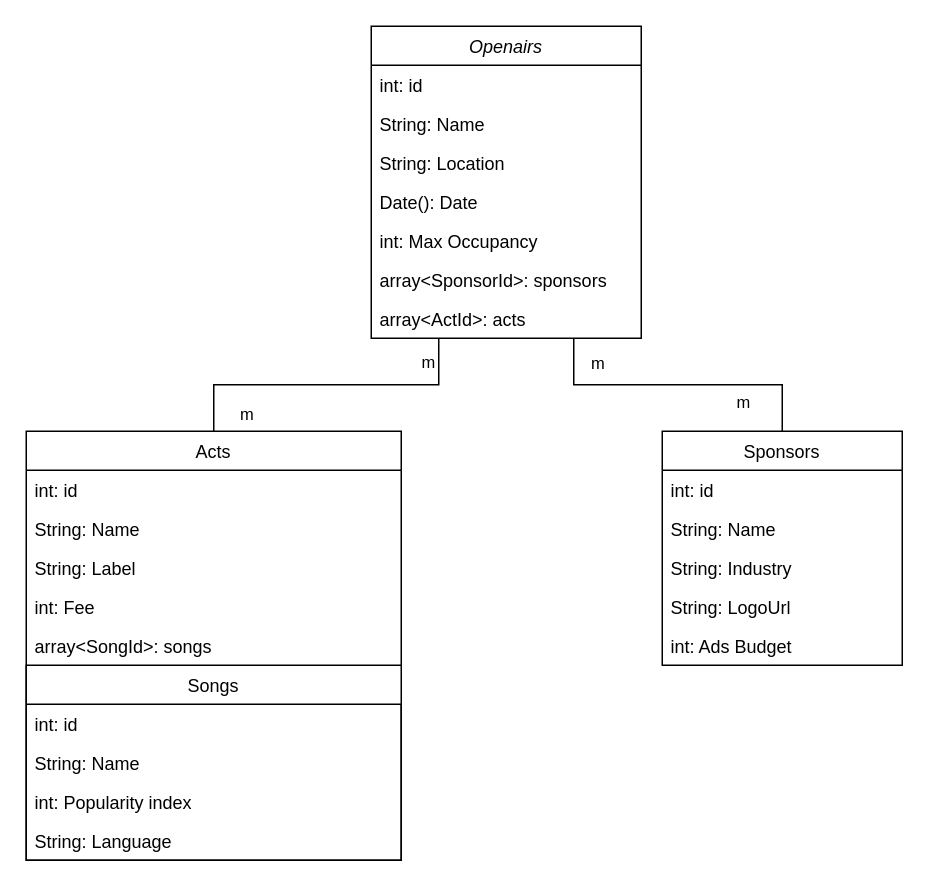
The draw.io diagram KN02/Openairs-Logical.drawio in nussbaumerv/m165, before the edit. Source tidied: cells renumbered, new cells numbered last; positions are measured from the earlier drawing's top-left corner, leaving out a move shared by most shapes. Both pictures are drawn from the tidied source at 150%, with x=0, y=0 at pixel (26, 26).
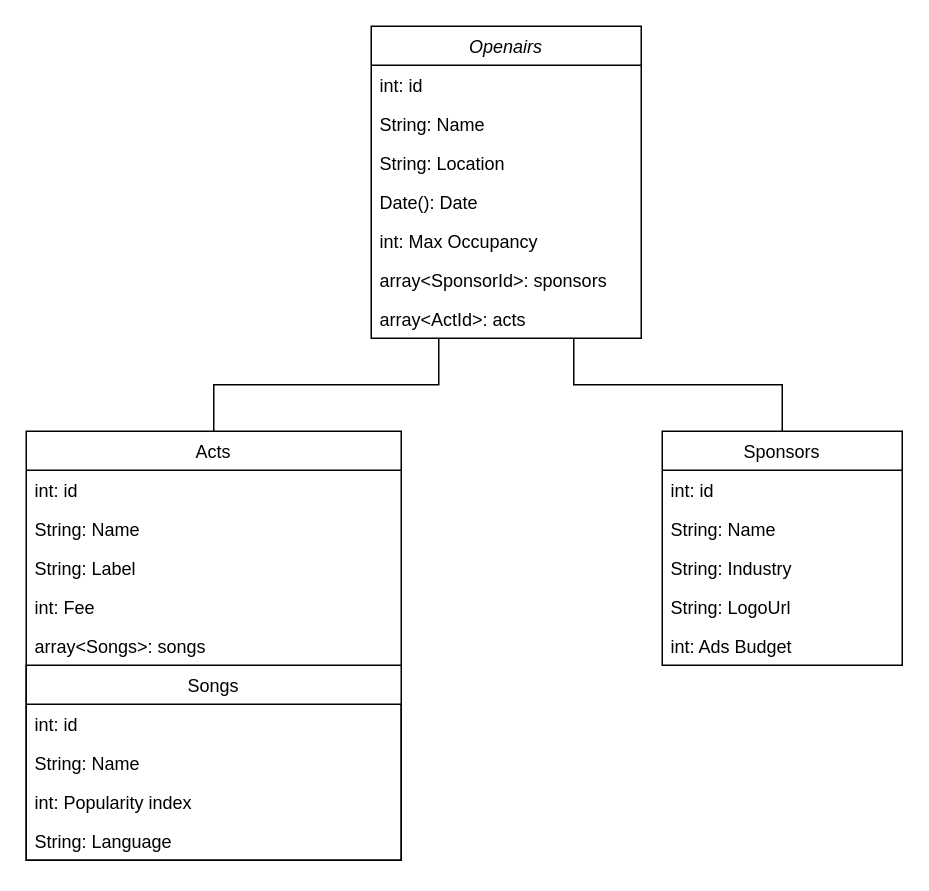
The same page after the edit.

Unchanged cells that the change refers to:
```xml
<mxCell id="16" style="endArrow=none;html=1;rounded=0;exitX=0.5;exitY=0;exitDx=0;exitDy=0;entryX=0.25;entryY=1;entryDx=0;entryDy=0;edgeStyle=orthogonalEdgeStyle;" parent="1" edge="1" source="22" target="2">
  <mxGeometry relative="1" as="geometry" />
</mxCell>
<mxCell id="19" style="endArrow=none;html=1;rounded=0;entryX=0.5;entryY=0;entryDx=0;entryDy=0;exitX=0.75;exitY=1;exitDx=0;exitDy=0;edgeStyle=orthogonalEdgeStyle;" parent="1" edge="1" source="2" target="10">
  <mxGeometry relative="1" as="geometry" />
</mxCell>
<mxCell id="22" value="Acts" style="swimlane;fontStyle=0;align=center;verticalAlign=top;horizontal=1;startSize=26;rounded=0;shadow=0;strokeWidth=1;" parent="1" vertex="1">
  <mxGeometry y="270" width="250" height="286" as="geometry" />
</mxCell>
```

The edit, as a diff of the source:
```diff
@@
-    <mxCell id="17" value="m" style="edgeLabel;html=1;align=center;verticalAlign=middle;" parent="16" vertex="1">
-      <mxGeometry x="0.59" y="2" relative="1" as="geometry">
-        <mxPoint x="4" y="-14" as="offset" />
-      </mxGeometry>
-    </mxCell>
-    <mxCell id="18" value="m" style="edgeLabel;html=1;align=center;verticalAlign=middle;" parent="16" vertex="1">
-      <mxGeometry x="-0.89" y="2" relative="1" as="geometry">
-        <mxPoint x="23" as="offset" />
-      </mxGeometry>
-    </mxCell>
@@
-    <mxCell id="20" value="m" style="edgeLabel;html=1;align=center;verticalAlign=middle;" parent="19" vertex="1">
-      <mxGeometry x="0.42" y="-2" relative="1" as="geometry">
-        <mxPoint y="9" as="offset" />
-      </mxGeometry>
-    </mxCell>
-    <mxCell id="21" value="m" style="edgeLabel;html=1;align=center;verticalAlign=middle;" parent="19" vertex="1">
-      <mxGeometry x="-0.83" y="3" relative="1" as="geometry">
-        <mxPoint x="12" y="-1" as="offset" />
-      </mxGeometry>
-    </mxCell>
@@
-    <mxCell id="27" value="array&lt;SongId&gt;: songs" style="text;align=left;verticalAlign=top;spacingLeft=4;spacingRight=4;overflow=hidden;rounded=0;shadow=0;html=0;" parent="22" vertex="1">
+    <mxCell id="27" value="array&lt;Songs&gt;: songs" style="text;align=left;verticalAlign=top;spacingLeft=4;spacingRight=4;overflow=hidden;rounded=0;shadow=0;html=0;" parent="22" vertex="1">
       <mxGeometry y="130" width="250" height="26" as="geometry" />
     </mxCell>
```
